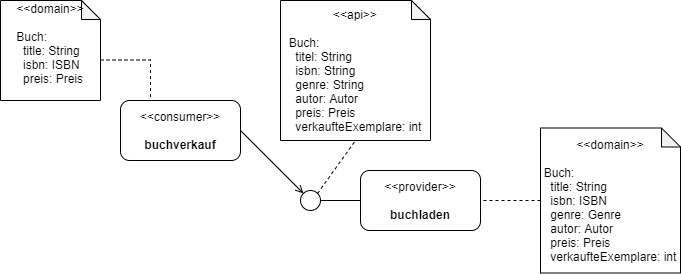
Above: docs/verkauf.png in sneufeind/buchladen (draw.io), before the change. Source tidied: cells renumbered, new cells last; positions are measured from the earlier drawing's top-left corner, leaving out a move shared by most shapes. Source of this version:
```xml
<mxGraphModel>
  <root>
    <mxCell id="0" />
    <mxCell id="1" parent="0" />
    <mxCell id="2" value="&amp;lt;&amp;lt;consumer&amp;gt;&amp;gt;&lt;br style=&quot;font-size: 7px&quot;&gt;&lt;br style=&quot;font-size: 7px&quot;&gt;&lt;b&gt;buchverkauf&lt;/b&gt;" style="rounded=1;whiteSpace=wrap;html=1;" parent="1" vertex="1">
      <mxGeometry x="120" y="100" width="120" height="60" as="geometry" />
    </mxCell>
    <mxCell id="3" style="group;" parent="1" vertex="1">
      <mxGeometry x="300" y="170" width="180" height="60" as="geometry" />
    </mxCell>
    <mxCell id="4" value="&amp;lt;&amp;lt;provider&amp;gt;&amp;gt;&lt;br style=&quot;font-size: 7px&quot;&gt;&lt;br style=&quot;font-size: 7px&quot;&gt;&lt;b&gt;buchladen&lt;/b&gt;" style="rounded=1;whiteSpace=wrap;html=1;" parent="3" vertex="1">
      <mxGeometry x="60" width="120" height="60" as="geometry" />
    </mxCell>
    <mxCell id="5" style="ellipse;whiteSpace=wrap;html=1;" parent="3" vertex="1">
      <mxGeometry y="20" width="20" height="20" as="geometry" />
    </mxCell>
    <mxCell id="6" style="endArrow=none;html=1;entryX=0;entryY=0.5;entryDx=0;entryDy=0;exitX=1;exitY=0.5;exitDx=0;exitDy=0;" parent="3" edge="1" source="5" target="4">
      <mxGeometry relative="1" as="geometry" />
    </mxCell>
    <mxCell id="7" style="endArrow=open;html=1;exitX=1;exitY=0.5;exitDx=0;exitDy=0;entryX=0;entryY=0;entryDx=0;entryDy=0;endFill=0;" parent="1" edge="1" source="2" target="5">
      <mxGeometry relative="1" as="geometry" />
    </mxCell>
    <mxCell id="8" style="edgeStyle=orthogonalEdgeStyle;rounded=0;jettySize=auto;html=1;exitX=0;exitY=0.5;exitDx=0;exitDy=0;exitPerimeter=0;endArrow=none;endFill=0;dashed=1;" parent="1" edge="1" source="9" target="4">
      <mxGeometry relative="1" as="geometry">
        <Array as="points">
          <mxPoint x="540" y="200" />
          <mxPoint x="540" y="200" />
        </Array>
      </mxGeometry>
    </mxCell>
    <mxCell id="9" value="&amp;lt;&amp;lt;domain&amp;gt;&amp;gt;&lt;br&gt;&lt;br&gt;&lt;div style=&quot;text-align: left&quot;&gt;&lt;span&gt;Buch:&lt;/span&gt;&lt;/div&gt;&lt;div style=&quot;text-align: left&quot;&gt;&lt;span&gt;&amp;nbsp; title: String&lt;/span&gt;&lt;/div&gt;&lt;div style=&quot;text-align: left&quot;&gt;&lt;span&gt;&amp;nbsp; isbn: ISBN&lt;/span&gt;&lt;/div&gt;&lt;div style=&quot;text-align: left&quot;&gt;&lt;span&gt;&amp;nbsp; genre: Genre&lt;/span&gt;&lt;/div&gt;&lt;div style=&quot;text-align: left&quot;&gt;&lt;span&gt;&amp;nbsp; autor: Autor&lt;/span&gt;&lt;/div&gt;&lt;div style=&quot;text-align: left&quot;&gt;&amp;nbsp; preis: Preis&lt;span&gt;&lt;br&gt;&lt;/span&gt;&lt;/div&gt;&lt;div style=&quot;text-align: left&quot;&gt;&amp;nbsp; verkaufteExemplare: int&lt;span&gt;&lt;br&gt;&lt;/span&gt;&lt;/div&gt;" style="shape=note;whiteSpace=wrap;html=1;backgroundOutline=1;darkOpacity=0.05;size=19;" parent="1" vertex="1">
      <mxGeometry x="540" y="127.5" width="140" height="145" as="geometry" />
    </mxCell>
    <mxCell id="10" style="edgeStyle=orthogonalEdgeStyle;rounded=0;jettySize=auto;html=1;exitX=0;exitY=0;exitDx=100;exitDy=59.5;exitPerimeter=0;dashed=1;endArrow=none;endFill=0;entryX=0.25;entryY=0;entryDx=0;entryDy=0;" parent="1" edge="1" source="11" target="2">
      <mxGeometry relative="1" as="geometry" />
    </mxCell>
    <mxCell id="11" value="&amp;lt;&amp;lt;domain&amp;gt;&amp;gt;&lt;br&gt;&lt;br&gt;&lt;div style=&quot;text-align: left&quot;&gt;&lt;span&gt;Buch:&lt;/span&gt;&lt;/div&gt;&lt;div style=&quot;text-align: left&quot;&gt;&lt;span&gt;&amp;nbsp; title: String&lt;/span&gt;&lt;/div&gt;&lt;div style=&quot;text-align: left&quot;&gt;&lt;span&gt;&amp;nbsp; isbn: ISBN&lt;/span&gt;&lt;/div&gt;&lt;div style=&quot;text-align: left&quot;&gt;&amp;nbsp; preis: Preis&lt;span&gt;&lt;br&gt;&lt;/span&gt;&lt;/div&gt;&lt;div style=&quot;text-align: left&quot;&gt;&lt;span&gt;&lt;br&gt;&lt;/span&gt;&lt;/div&gt;" style="shape=note;whiteSpace=wrap;html=1;backgroundOutline=1;darkOpacity=0.05;size=19;" parent="1" vertex="1">
      <mxGeometry width="100" height="100" as="geometry" />
    </mxCell>
    <mxCell id="12" value="&amp;lt;&amp;lt;api&amp;gt;&amp;gt;&lt;br&gt;&lt;br&gt;&lt;div style=&quot;text-align: left&quot;&gt;&lt;span&gt;Buch:&lt;/span&gt;&lt;/div&gt;&lt;div style=&quot;text-align: left&quot;&gt;&lt;span&gt;&amp;nbsp; titel: String&lt;/span&gt;&lt;/div&gt;&lt;div style=&quot;text-align: left&quot;&gt;&lt;span&gt;&amp;nbsp; isbn: String&lt;/span&gt;&lt;/div&gt;&lt;div style=&quot;text-align: left&quot;&gt;&lt;span&gt;&amp;nbsp; genre: String&lt;/span&gt;&lt;/div&gt;&lt;div style=&quot;text-align: left&quot;&gt;&lt;span&gt;&amp;nbsp; autor: Autor&lt;/span&gt;&lt;/div&gt;&lt;div style=&quot;text-align: left&quot;&gt;&amp;nbsp; preis: Preis&lt;span&gt;&lt;br&gt;&lt;/span&gt;&lt;/div&gt;&lt;div style=&quot;text-align: left&quot;&gt;&lt;span&gt;&amp;nbsp; verkaufteExemplare: int&lt;/span&gt;&lt;/div&gt;" style="shape=note;whiteSpace=wrap;html=1;backgroundOutline=1;darkOpacity=0.05;size=19;" parent="1" vertex="1">
      <mxGeometry x="280" width="150" height="140" as="geometry" />
    </mxCell>
    <mxCell id="13" style="endArrow=none;dashed=1;html=1;entryX=0.5;entryY=1;entryDx=0;entryDy=0;entryPerimeter=0;exitX=1;exitY=0;exitDx=0;exitDy=0;" parent="1" edge="1" source="5" target="12">
      <mxGeometry relative="1" as="geometry" />
    </mxCell>
  </root>
</mxGraphModel>
```
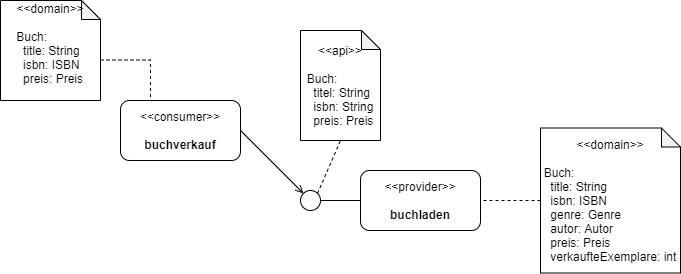
The same file after the commit.

The edit, as a diff of the source:
```diff
@@ -37,8 +37,8 @@
     <mxCell id="11" value="&amp;lt;&amp;lt;domain&amp;gt;&amp;gt;&lt;br&gt;&lt;br&gt;&lt;div style=&quot;text-align: left&quot;&gt;&lt;span&gt;Buch:&lt;/span&gt;&lt;/div&gt;&lt;div style=&quot;text-align: left&quot;&gt;&lt;span&gt;&amp;nbsp; title: String&lt;/span&gt;&lt;/div&gt;&lt;div style=&quot;text-align: left&quot;&gt;&lt;span&gt;&amp;nbsp; isbn: ISBN&lt;/span&gt;&lt;/div&gt;&lt;div style=&quot;text-align: left&quot;&gt;&amp;nbsp; preis: Preis&lt;span&gt;&lt;br&gt;&lt;/span&gt;&lt;/div&gt;&lt;div style=&quot;text-align: left&quot;&gt;&lt;span&gt;&lt;br&gt;&lt;/span&gt;&lt;/div&gt;" style="shape=note;whiteSpace=wrap;html=1;backgroundOutline=1;darkOpacity=0.05;size=19;" parent="1" vertex="1">
       <mxGeometry width="100" height="100" as="geometry" />
     </mxCell>
-    <mxCell id="12" value="&amp;lt;&amp;lt;api&amp;gt;&amp;gt;&lt;br&gt;&lt;br&gt;&lt;div style=&quot;text-align: left&quot;&gt;&lt;span&gt;Buch:&lt;/span&gt;&lt;/div&gt;&lt;div style=&quot;text-align: left&quot;&gt;&lt;span&gt;&amp;nbsp; titel: String&lt;/span&gt;&lt;/div&gt;&lt;div style=&quot;text-align: left&quot;&gt;&lt;span&gt;&amp;nbsp; isbn: String&lt;/span&gt;&lt;/div&gt;&lt;div style=&quot;text-align: left&quot;&gt;&lt;span&gt;&amp;nbsp; genre: String&lt;/span&gt;&lt;/div&gt;&lt;div style=&quot;text-align: left&quot;&gt;&lt;span&gt;&amp;nbsp; autor: Autor&lt;/span&gt;&lt;/div&gt;&lt;div style=&quot;text-align: left&quot;&gt;&amp;nbsp; preis: Preis&lt;span&gt;&lt;br&gt;&lt;/span&gt;&lt;/div&gt;&lt;div style=&quot;text-align: left&quot;&gt;&lt;span&gt;&amp;nbsp; verkaufteExemplare: int&lt;/span&gt;&lt;/div&gt;" style="shape=note;whiteSpace=wrap;html=1;backgroundOutline=1;darkOpacity=0.05;size=19;" parent="1" vertex="1">
-      <mxGeometry x="280" width="150" height="140" as="geometry" />
+    <mxCell id="12" value="&amp;lt;&amp;lt;api&amp;gt;&amp;gt;&lt;br&gt;&lt;br&gt;&lt;div style=&quot;text-align: left&quot;&gt;&lt;span&gt;Buch:&lt;/span&gt;&lt;/div&gt;&lt;div style=&quot;text-align: left&quot;&gt;&lt;span&gt;&amp;nbsp; titel: String&lt;/span&gt;&lt;/div&gt;&lt;div style=&quot;text-align: left&quot;&gt;&lt;span&gt;&amp;nbsp; isbn: String&lt;/span&gt;&lt;/div&gt;&lt;div style=&quot;text-align: left&quot;&gt;&lt;span&gt;&amp;nbsp; preis: Preis&lt;/span&gt;&lt;/div&gt;" style="shape=note;whiteSpace=wrap;html=1;backgroundOutline=1;darkOpacity=0.05;size=19;" parent="1" vertex="1">
+      <mxGeometry x="300" y="30" width="80" height="110" as="geometry" />
     </mxCell>
     <mxCell id="13" style="endArrow=none;dashed=1;html=1;entryX=0.5;entryY=1;entryDx=0;entryDy=0;entryPerimeter=0;exitX=1;exitY=0;exitDx=0;exitDy=0;" parent="1" edge="1" source="5" target="12">
       <mxGeometry relative="1" as="geometry" />
```
